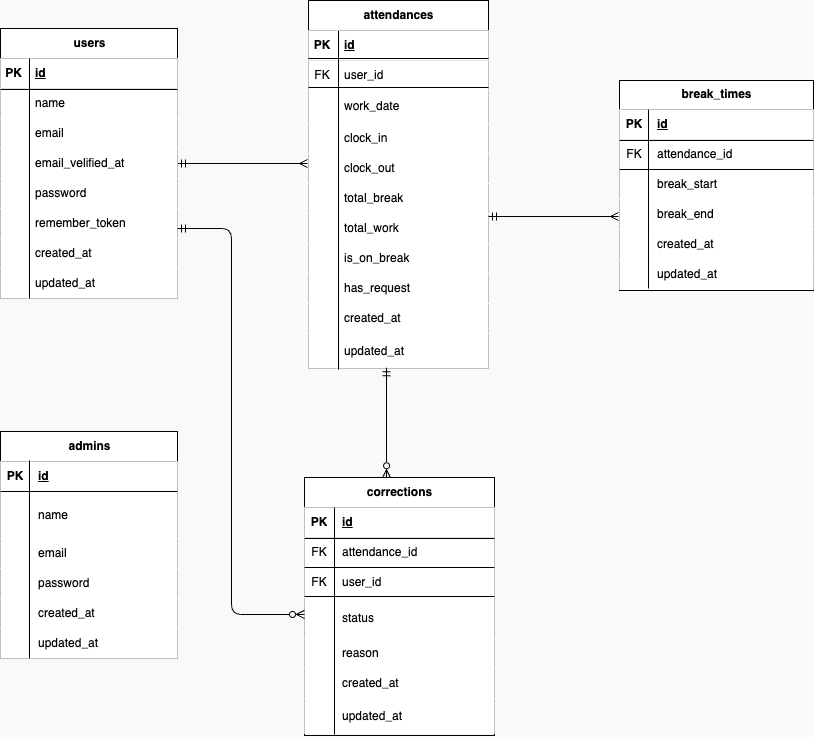
This is index.png from okumurachie/TimeTrack, a draw.io export, as it was before one commit. Source tidied: cells renumbered, new cells last; positions are measured from the earlier drawing's top-left corner, leaving out a move shared by most shapes.
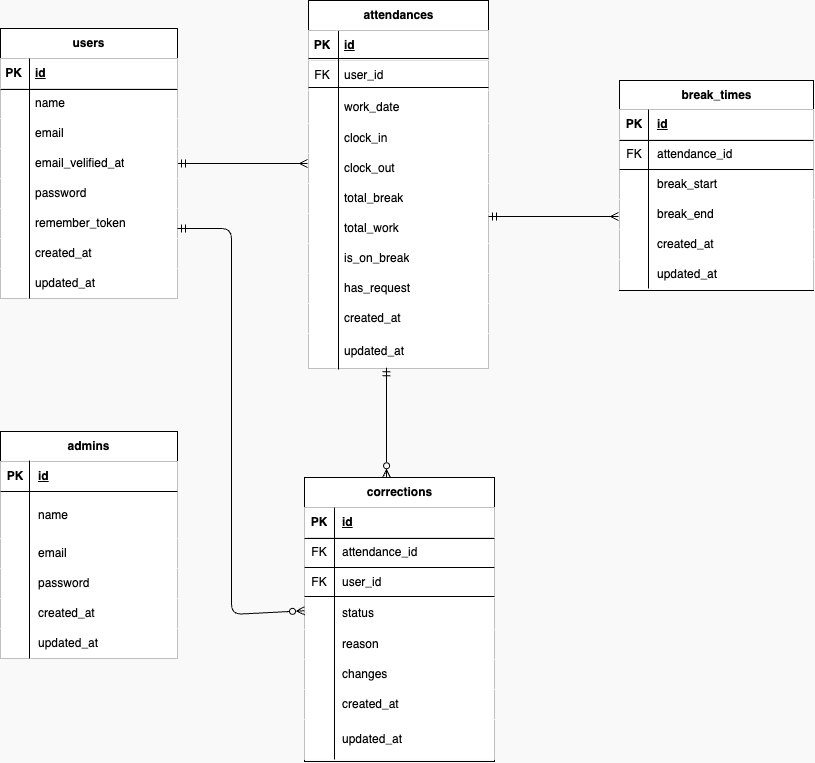
Later version of the same file.

The edit, as a diff of the source:
```diff
@@ -242,7 +242,7 @@
       <mxGeometry x="30" width="164" height="30" as="geometry" />
     </mxCell>
     <mxCell id="81" value="corrections" style="shape=table;startSize=30;rowLines=0;fontStyle=1;align=center;html=1;fillColor=#FFFFFF;" parent="1" vertex="1">
-      <mxGeometry x="304" y="477" width="190" height="258" as="geometry" />
+      <mxGeometry x="304" y="477" width="190" height="284" as="geometry" />
     </mxCell>
     <mxCell id="82" style="shape=tableRow;horizontal=0;startSize=0;swimlaneHead=0;swimlaneBody=0;fillColor=#FFFFFF;top=0;left=0;right=0;bottom=1;" parent="81" vertex="1">
       <mxGeometry y="30" width="190" height="30" as="geometry" />
@@ -272,16 +272,16 @@
       <mxGeometry x="30" width="160" height="30" as="geometry" />
     </mxCell>
     <mxCell id="91" style="shape=tableRow;horizontal=0;startSize=0;swimlaneHead=0;swimlaneBody=0;fillColor=#FFFFFF;points=[[0,0.5],[1,0.5]];portConstraint=eastwest;top=0;left=0;right=0;bottom=0;" parent="81" vertex="1">
-      <mxGeometry y="120" width="190" height="41" as="geometry" />
+      <mxGeometry y="120" width="190" height="32" as="geometry" />
     </mxCell>
     <mxCell id="92" style="shape=partialRectangle;fillColor=#FFFFFF;top=0;left=0;bottom=0;right=0;overflow=hidden;whiteSpace=wrap;html=1;" parent="91" vertex="1">
-      <mxGeometry width="30" height="41" as="geometry" />
+      <mxGeometry width="30" height="32" as="geometry" />
     </mxCell>
     <mxCell id="93" value="status" style="shape=partialRectangle;fillColor=#FFFFFF;top=0;left=0;bottom=0;right=0;align=left;spacingLeft=6;overflow=hidden;whiteSpace=wrap;html=1;" parent="91" vertex="1">
-      <mxGeometry x="30" width="160" height="41" as="geometry" />
+      <mxGeometry x="30" width="160" height="32" as="geometry" />
     </mxCell>
     <mxCell id="94" style="shape=tableRow;horizontal=0;startSize=0;swimlaneHead=0;swimlaneBody=0;fillColor=#FFFFFF;top=0;left=0;right=0;bottom=0;" parent="81" vertex="1">
-      <mxGeometry y="161" width="190" height="30" as="geometry" />
+      <mxGeometry y="152" width="190" height="30" as="geometry" />
     </mxCell>
     <mxCell id="95" style="shape=partialRectangle;fillColor=#FFFFFF;top=0;left=0;bottom=0;right=0;overflow=hidden;whiteSpace=wrap;html=1;" parent="94" vertex="1">
       <mxGeometry width="30" height="30" as="geometry" />
@@ -289,8 +289,17 @@
     <mxCell id="96" value="reason" style="shape=partialRectangle;fillColor=#FFFFFF;top=0;left=0;bottom=0;right=0;align=left;spacingLeft=6;overflow=hidden;whiteSpace=wrap;html=1;" parent="94" vertex="1">
       <mxGeometry x="30" width="160" height="30" as="geometry" />
     </mxCell>
+    <mxCell id="139" style="shape=tableRow;horizontal=0;startSize=0;swimlaneHead=0;swimlaneBody=0;fillColor=#FFFFFF;top=0;left=0;right=0;bottom=0;" parent="81" vertex="1">
+      <mxGeometry y="182" width="190" height="30" as="geometry" />
+    </mxCell>
+    <mxCell id="140" style="shape=partialRectangle;fillColor=#FFFFFF;top=0;left=0;bottom=0;right=0;overflow=hidden;whiteSpace=wrap;html=1;" parent="139" vertex="1">
+      <mxGeometry width="30" height="30" as="geometry" />
+    </mxCell>
+    <mxCell id="141" value="changes" style="shape=partialRectangle;fillColor=#FFFFFF;top=0;left=0;bottom=0;right=0;align=left;spacingLeft=6;overflow=hidden;whiteSpace=wrap;html=1;" parent="139" vertex="1">
+      <mxGeometry x="30" width="160" height="30" as="geometry" />
+    </mxCell>
     <mxCell id="97" style="shape=tableRow;horizontal=0;startSize=0;swimlaneHead=0;swimlaneBody=0;fillColor=#FFFFFF;top=0;left=0;right=0;bottom=0;" parent="81" vertex="1">
-      <mxGeometry y="191" width="190" height="30" as="geometry" />
+      <mxGeometry y="212" width="190" height="30" as="geometry" />
     </mxCell>
     <mxCell id="98" style="shape=partialRectangle;fillColor=#FFFFFF;top=0;left=0;bottom=0;right=0;overflow=hidden;whiteSpace=wrap;html=1;" parent="97" vertex="1">
       <mxGeometry width="30" height="30" as="geometry" />
@@ -299,13 +308,13 @@
       <mxGeometry x="30" width="160" height="30" as="geometry" />
     </mxCell>
     <mxCell id="100" style="shape=tableRow;horizontal=0;startSize=0;swimlaneHead=0;swimlaneBody=0;fillColor=#FFFFFF;top=0;left=0;right=0;bottom=0;" parent="81" vertex="1">
-      <mxGeometry y="221" width="190" height="35" as="geometry" />
+      <mxGeometry y="242" width="190" height="40" as="geometry" />
     </mxCell>
     <mxCell id="101" style="shape=partialRectangle;fillColor=#FFFFFF;top=0;left=0;bottom=0;right=0;overflow=hidden;whiteSpace=wrap;html=1;" parent="100" vertex="1">
-      <mxGeometry width="30" height="35" as="geometry" />
+      <mxGeometry width="30" height="40" as="geometry" />
     </mxCell>
     <mxCell id="102" value="updated_at" style="shape=partialRectangle;fillColor=#FFFFFF;top=0;left=0;bottom=0;right=0;align=left;spacingLeft=6;overflow=hidden;whiteSpace=wrap;html=1;" parent="100" vertex="1">
-      <mxGeometry x="30" width="160" height="35" as="geometry" />
+      <mxGeometry x="30" width="160" height="40" as="geometry" />
     </mxCell>
     <mxCell id="103" value="admins" style="shape=table;startSize=30;rowLines=0;fontStyle=1;align=center;html=1;" parent="1" vertex="1">
       <mxGeometry y="431" width="177" height="227" as="geometry" />
@@ -386,7 +395,7 @@
       <mxGeometry x="304" y="533" width="190" height="10" as="geometry" />
     </mxCell>
     <mxCell id="129" style="line;strokeWidth=1;direction=south;html=1;" parent="1" vertex="1">
-      <mxGeometry x="329" y="507" width="10" height="227" as="geometry" />
+      <mxGeometry x="329" y="507" width="10" height="252" as="geometry" />
     </mxCell>
     <mxCell id="130" style="line;strokeWidth=1;html=1;" parent="1" vertex="1">
       <mxGeometry x="619" y="135" width="194" height="10" as="geometry" />
```
